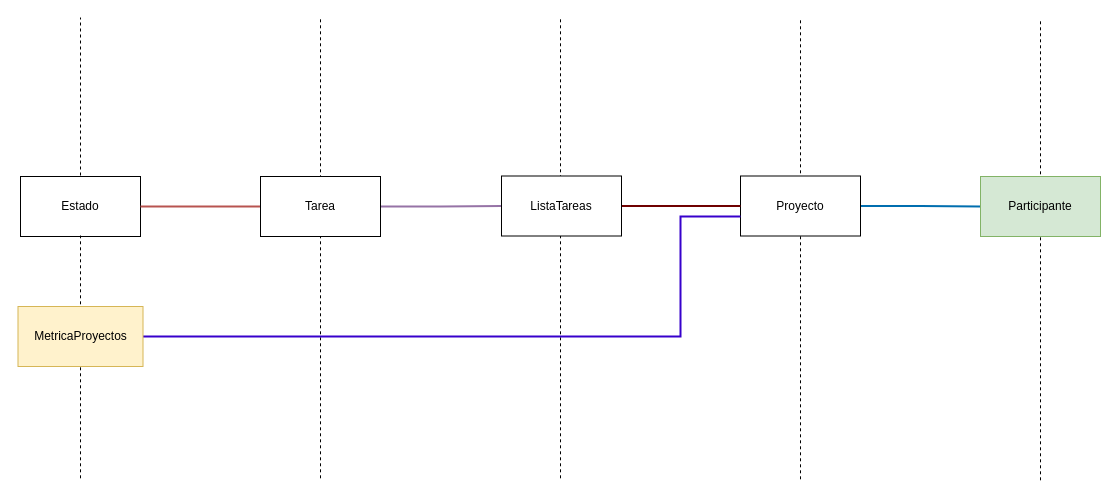
The draw.io diagram page "EventStormingMapingProjects" (14 of 14) of CoTasker_BoundedContext.drawio in Migue1409-KP/DOO-working-group, before the edit. Source tidied: cells renumbered, new cells numbered last; positions are measured from the earlier drawing's top-left corner, leaving out a move shared by most shapes. Both pictures are drawn from the tidied source at 100%, with x=0, y=0 at pixel (18, 17).
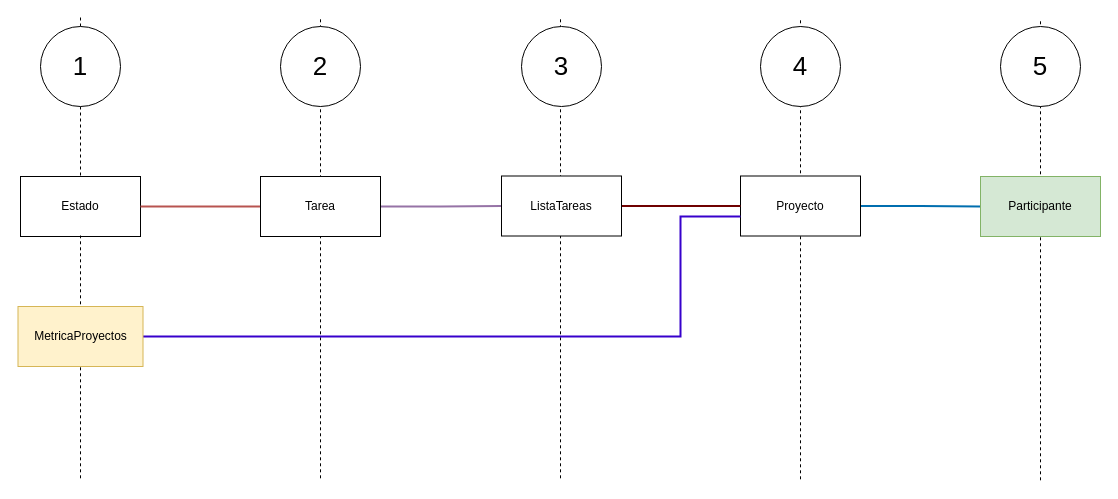
Above is the later version.

The edit, as a diff of the source:
```diff
@@
-    <mxCell id="10" style="endArrow=none;dashed=1;html=1;rounded=0;" parent="1" edge="1">
+    <mxCell id="10" style="endArrow=none;dashed=1;html=1;rounded=0;" parent="1" edge="1" source="20">
       <mxGeometry relative="1" as="geometry">
-        <mxPoint x="62" y="158" as="sourcePoint" />
         <mxPoint x="62" as="targetPoint" />
       </mxGeometry>
     </mxCell>
@@
+    <mxCell id="19" style="endArrow=none;dashed=1;html=1;rounded=0;" parent="1" edge="1" target="20">
+      <mxGeometry relative="1" as="geometry">
+        <mxPoint x="62" y="158" as="sourcePoint" />
+      </mxGeometry>
+    </mxCell>
+    <mxCell id="20" value="&lt;font style=&quot;font-size: 26px;&quot;&gt;1&lt;/font&gt;" style="ellipse;whiteSpace=wrap;html=1;" parent="1" vertex="1">
+      <mxGeometry x="22" y="9" width="80" height="80" as="geometry" />
+    </mxCell>
+    <mxCell id="21" value="&lt;font style=&quot;font-size: 26px;&quot;&gt;2&lt;/font&gt;" style="ellipse;whiteSpace=wrap;html=1;" parent="1" vertex="1">
+      <mxGeometry x="262" y="9" width="80" height="80" as="geometry" />
+    </mxCell>
+    <mxCell id="22" value="&lt;font style=&quot;font-size: 26px;&quot;&gt;3&lt;/font&gt;" style="ellipse;whiteSpace=wrap;html=1;" parent="1" vertex="1">
+      <mxGeometry x="503" y="9" width="80" height="80" as="geometry" />
+    </mxCell>
+    <mxCell id="23" value="&lt;font style=&quot;font-size: 26px;&quot;&gt;4&lt;/font&gt;" style="ellipse;whiteSpace=wrap;html=1;" parent="1" vertex="1">
+      <mxGeometry x="742" y="9" width="80" height="80" as="geometry" />
+    </mxCell>
+    <mxCell id="24" value="&lt;font style=&quot;font-size: 26px;&quot;&gt;5&lt;/font&gt;" style="ellipse;whiteSpace=wrap;html=1;" parent="1" vertex="1">
+      <mxGeometry x="982" y="9" width="80" height="80" as="geometry" />
+    </mxCell>
```
